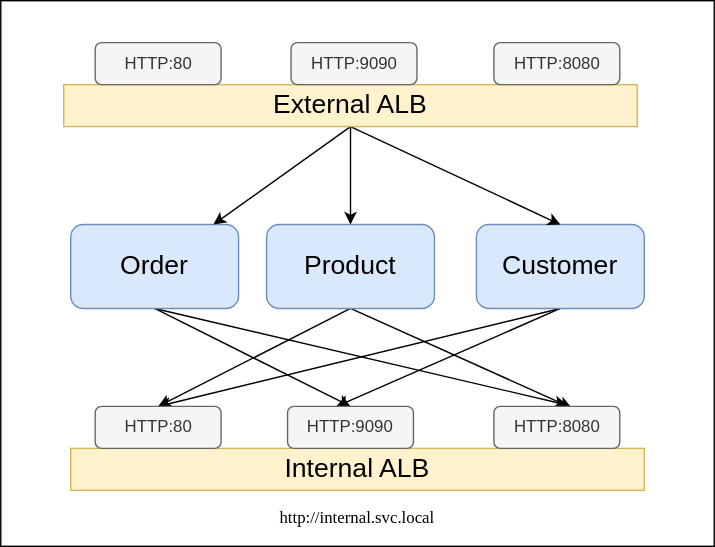
briancaffey/cdk-fargate-patterns keeps this draw.io diagram as images/DualAlbFargateService.svg. Above is the earlier version. Source tidied: cells renumbered, new cells last; positions are measured from the earlier drawing's top-left corner, leaving out a move shared by most shapes.
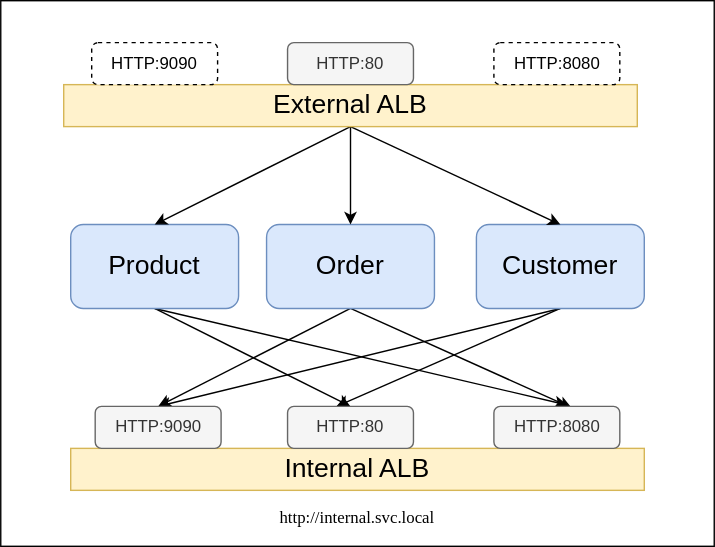
The same diagram one commit later.

Diff of the diagram source:
```diff
@@ -11,7 +11,7 @@
     <mxCell id="4" style="edgeStyle=none;rounded=0;jettySize=auto;html=1;exitX=0.5;exitY=1;exitDx=0;exitDy=0;entryX=0.583;entryY=-0.033;entryDx=0;entryDy=0;entryPerimeter=0;" parent="1" edge="1" source="5" target="21">
       <mxGeometry relative="1" as="geometry" />
     </mxCell>
-    <mxCell id="5" value="&lt;font style=&quot;font-size: 19px&quot;&gt;Order&lt;/font&gt;" style="rounded=1;whiteSpace=wrap;html=1;fillColor=#dae8fc;strokeColor=#6c8ebf;" parent="1" vertex="1">
+    <mxCell id="5" value="&lt;font style=&quot;font-size: 19px&quot;&gt;Product&lt;/font&gt;" style="rounded=1;whiteSpace=wrap;html=1;fillColor=#dae8fc;strokeColor=#6c8ebf;" parent="1" vertex="1">
       <mxGeometry x="50" y="160" width="120" height="60" as="geometry" />
     </mxCell>
     <mxCell id="6" style="edgeStyle=none;rounded=0;jettySize=auto;html=1;exitX=0.5;exitY=1;exitDx=0;exitDy=0;entryX=0.5;entryY=0;entryDx=0;entryDy=0;" parent="1" edge="1" source="8" target="19">
@@ -20,7 +20,7 @@
     <mxCell id="7" style="edgeStyle=none;rounded=0;jettySize=auto;html=1;exitX=0.5;exitY=1;exitDx=0;exitDy=0;entryX=0.617;entryY=0.033;entryDx=0;entryDy=0;entryPerimeter=0;" parent="1" edge="1" source="8" target="21">
       <mxGeometry relative="1" as="geometry" />
     </mxCell>
-    <mxCell id="8" value="&lt;font style=&quot;font-size: 19px&quot;&gt;Product&lt;/font&gt;" style="rounded=1;whiteSpace=wrap;html=1;fillColor=#dae8fc;strokeColor=#6c8ebf;" parent="1" vertex="1">
+    <mxCell id="8" value="&lt;font style=&quot;font-size: 19px&quot;&gt;Order&lt;/font&gt;" style="rounded=1;whiteSpace=wrap;html=1;fillColor=#dae8fc;strokeColor=#6c8ebf;" parent="1" vertex="1">
       <mxGeometry x="190" y="160" width="120" height="60" as="geometry" />
     </mxCell>
     <mxCell id="9" style="edgeStyle=none;rounded=0;jettySize=auto;html=1;exitX=0.5;exitY=1;exitDx=0;exitDy=0;entryX=0.5;entryY=0;entryDx=0;entryDy=0;" parent="1" edge="1" source="11" target="19">
@@ -34,7 +34,7 @@
     <mxCell id="11" value="&lt;font style=&quot;font-size: 19px&quot;&gt;Customer&lt;/font&gt;" style="rounded=1;whiteSpace=wrap;html=1;fillColor=#dae8fc;strokeColor=#6c8ebf;" parent="1" vertex="1">
       <mxGeometry x="340" y="160" width="120" height="60" as="geometry" />
     </mxCell>
-    <mxCell id="12" style="edgeStyle=none;rounded=0;jettySize=auto;html=1;exitX=0.5;exitY=1;exitDx=0;exitDy=0;" parent="1" edge="1" source="15" target="5">
+    <mxCell id="12" style="edgeStyle=none;rounded=0;jettySize=auto;html=1;exitX=0.5;exitY=1;exitDx=0;exitDy=0;entryX=0.5;entryY=0;entryDx=0;entryDy=0;" parent="1" edge="1" source="15" target="5">
       <mxGeometry relative="1" as="geometry" />
     </mxCell>
     <mxCell id="13" style="edgeStyle=none;rounded=0;jettySize=auto;html=1;exitX=0.5;exitY=1;exitDx=0;exitDy=0;" parent="1" edge="1" source="15" target="8">
@@ -55,22 +55,22 @@
     <mxCell id="18" style="edgeStyle=none;rounded=0;orthogonalLoop=1;jettySize=auto;html=1;exitX=1;exitY=0.5;exitDx=0;exitDy=0;" parent="1" edge="1" source="17" target="17">
       <mxGeometry relative="1" as="geometry" />
     </mxCell>
-    <mxCell id="19" value="HTTP:80" style="rounded=1;whiteSpace=wrap;html=1;fillColor=#f5f5f5;strokeColor=#666666;fontColor=#333333;" parent="1" vertex="1">
+    <mxCell id="19" value="HTTP:9090" style="rounded=1;whiteSpace=wrap;html=1;fillColor=#f5f5f5;strokeColor=#666666;fontColor=#333333;" parent="1" vertex="1">
       <mxGeometry x="67.5" y="290" width="90" height="30" as="geometry" />
     </mxCell>
-    <mxCell id="20" value="HTTP:9090" style="rounded=1;whiteSpace=wrap;html=1;fillColor=#f5f5f5;strokeColor=#666666;fontColor=#333333;" parent="1" vertex="1">
+    <mxCell id="20" value="HTTP:80" style="rounded=1;whiteSpace=wrap;html=1;fillColor=#f5f5f5;strokeColor=#666666;fontColor=#333333;" parent="1" vertex="1">
       <mxGeometry x="205" y="290" width="90" height="30" as="geometry" />
     </mxCell>
     <mxCell id="21" value="HTTP:8080" style="rounded=1;whiteSpace=wrap;html=1;fillColor=#f5f5f5;strokeColor=#666666;fontColor=#333333;" parent="1" vertex="1">
       <mxGeometry x="352.5" y="290" width="90" height="30" as="geometry" />
     </mxCell>
     <mxCell id="22" value="HTTP:80" style="rounded=1;whiteSpace=wrap;html=1;fillColor=#f5f5f5;strokeColor=#666666;fontColor=#333333;" parent="1" vertex="1">
-      <mxGeometry x="67.5" y="30" width="90" height="30" as="geometry" />
+      <mxGeometry x="205" y="30" width="90" height="30" as="geometry" />
     </mxCell>
-    <mxCell id="23" value="HTTP:9090" style="rounded=1;whiteSpace=wrap;html=1;fillColor=#f5f5f5;strokeColor=#666666;fontColor=#333333;" parent="1" vertex="1">
-      <mxGeometry x="207.5" y="30" width="90" height="30" as="geometry" />
+    <mxCell id="23" value="HTTP:9090" style="rounded=1;whiteSpace=wrap;html=1;dashed=1;" parent="1" vertex="1">
+      <mxGeometry x="65" y="30" width="90" height="30" as="geometry" />
     </mxCell>
-    <mxCell id="24" value="HTTP:8080" style="rounded=1;whiteSpace=wrap;html=1;fillColor=#f5f5f5;strokeColor=#666666;fontColor=#333333;" parent="1" vertex="1">
+    <mxCell id="24" value="HTTP:8080" style="rounded=1;whiteSpace=wrap;html=1;dashed=1;" parent="1" vertex="1">
       <mxGeometry x="352.5" y="30" width="90" height="30" as="geometry" />
     </mxCell>
   </root>
```
